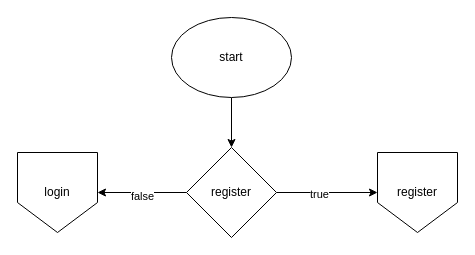
Before: page "Home" (1 of 4) of diagrams/program.drawio in University-Bangkok-JW/cs497-project, a draw.io diagram. Source tidied: cells renumbered, new cells numbered last; positions are measured from the earlier drawing's top-left corner, leaving out a move shared by most shapes. Both pictures are drawn from the tidied source at 100%, with x=0, y=0 at pixel (17, 17).
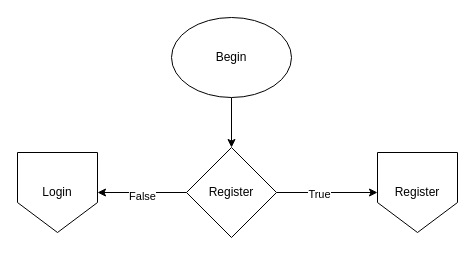
Above is the later version.

Diff of the diagram source:
```diff
@@
 <mxGraphModel>
   <root>
     <mxCell id="0" />
     <mxCell id="1" parent="0" />
     <mxCell id="2" style="edgeStyle=orthogonalEdgeStyle;rounded=0;jettySize=auto;html=1;" parent="1" edge="1" source="3" target="8">
       <mxGeometry relative="1" as="geometry" />
     </mxCell>
-    <mxCell id="3" value="start" style="ellipse;whiteSpace=wrap;html=1;" parent="1" vertex="1">
+    <mxCell id="3" value="Begin" style="ellipse;whiteSpace=wrap;html=1;" parent="1" vertex="1">
       <mxGeometry x="154" width="120" height="80" as="geometry" />
     </mxCell>
     <mxCell id="4" style="edgeStyle=orthogonalEdgeStyle;rounded=0;jettySize=auto;html=1;" parent="1" edge="1" source="8" target="9">
       <mxGeometry relative="1" as="geometry" />
     </mxCell>
-    <mxCell id="5" value="false" style="edgeLabel;html=1;align=center;verticalAlign=middle;" parent="4" vertex="1">
+    <mxCell id="5" value="False" style="edgeLabel;html=1;align=center;verticalAlign=middle;" parent="4" vertex="1">
       <mxGeometry y="3" relative="1" as="geometry" />
     </mxCell>
     <mxCell id="6" style="edgeStyle=orthogonalEdgeStyle;rounded=0;jettySize=auto;html=1;" parent="1" edge="1" source="8" target="10">
       <mxGeometry relative="1" as="geometry" />
     </mxCell>
-    <mxCell id="7" value="true" style="edgeLabel;html=1;align=center;verticalAlign=middle;" parent="6" vertex="1">
+    <mxCell id="7" value="True" style="edgeLabel;html=1;align=center;verticalAlign=middle;" parent="6" vertex="1">
       <mxGeometry x="-0.17" y="-1" relative="1" as="geometry" />
     </mxCell>
-    <mxCell id="8" value="register" style="rhombus;whiteSpace=wrap;html=1;" parent="1" vertex="1">
+    <mxCell id="8" value="Register" style="rhombus;whiteSpace=wrap;html=1;" parent="1" vertex="1">
       <mxGeometry x="169" y="130" width="90" height="90" as="geometry" />
     </mxCell>
-    <mxCell id="9" value="login" style="shape=offPageConnector;whiteSpace=wrap;html=1;" parent="1" vertex="1">
+    <mxCell id="9" value="Login" style="shape=offPageConnector;whiteSpace=wrap;html=1;" parent="1" vertex="1">
       <mxGeometry y="135" width="80" height="80" as="geometry" />
     </mxCell>
-    <mxCell id="10" value="register" style="shape=offPageConnector;whiteSpace=wrap;html=1;" parent="1" vertex="1">
+    <mxCell id="10" value="Register" style="shape=offPageConnector;whiteSpace=wrap;html=1;" parent="1" vertex="1">
       <mxGeometry x="360" y="135" width="80" height="80" as="geometry" />
     </mxCell>
   </root>
 </mxGraphModel>
```
